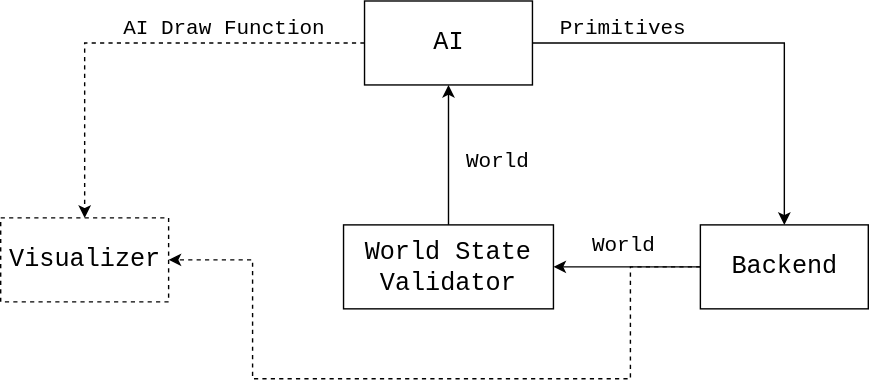
This is docs/images/simulated_test_high_level_architecture.svg from UBC-Thunderbots/Software, a draw.io export, as it was before one commit. Source tidied: cells renumbered, new cells last; positions are measured from the earlier drawing's top-left corner, leaving out a move shared by most shapes. The source it was exported from:
```xml
<mxGraphModel>
  <root>
    <mxCell id="0" />
    <mxCell id="1" parent="0" />
    <mxCell id="2" style="edgeStyle=orthogonalEdgeStyle;rounded=0;jettySize=auto;html=1;entryX=0.5;entryY=0;entryDx=0;entryDy=0;fontFamily=Courier New;fontSize=18;" parent="1" edge="1" source="4" target="7">
      <mxGeometry relative="1" as="geometry" />
    </mxCell>
    <mxCell id="3" style="edgeStyle=orthogonalEdgeStyle;rounded=0;jettySize=auto;html=1;entryX=0.5;entryY=0;entryDx=0;entryDy=0;fontFamily=Courier New;fontSize=15;dashed=1;" parent="1" edge="1" source="4" target="8">
      <mxGeometry relative="1" as="geometry" />
    </mxCell>
    <mxCell id="4" value="AI" style="whiteSpace=wrap;html=1;fontFamily=Courier New;fontSize=18;" parent="1" vertex="1">
      <mxGeometry x="260" width="120" height="60" as="geometry" />
    </mxCell>
    <mxCell id="5" style="edgeStyle=orthogonalEdgeStyle;rounded=0;jettySize=auto;html=1;entryX=1;entryY=0.5;entryDx=0;entryDy=0;" parent="1" edge="1" source="7" target="13">
      <mxGeometry relative="1" as="geometry" />
    </mxCell>
    <mxCell id="6" style="edgeStyle=orthogonalEdgeStyle;rounded=0;jettySize=auto;html=1;exitX=0;exitY=0.5;exitDx=0;exitDy=0;entryX=1;entryY=0.5;entryDx=0;entryDy=0;dashed=1;" parent="1" edge="1" source="7" target="8">
      <mxGeometry relative="1" as="geometry">
        <Array as="points">
          <mxPoint x="450" y="190" />
          <mxPoint x="450" y="270" />
          <mxPoint x="180" y="270" />
          <mxPoint x="180" y="185" />
        </Array>
      </mxGeometry>
    </mxCell>
    <mxCell id="7" value="Backend" style="whiteSpace=wrap;html=1;fontFamily=Courier New;fontSize=18;" parent="1" vertex="1">
      <mxGeometry x="500" y="160" width="120" height="60" as="geometry" />
    </mxCell>
    <mxCell id="8" value="Visualizer" style="whiteSpace=wrap;html=1;fontFamily=Courier New;fontSize=18;dashed=1;" parent="1" vertex="1">
      <mxGeometry y="155" width="120" height="60" as="geometry" />
    </mxCell>
    <mxCell id="9" value="World" style="text;html=1;align=center;verticalAlign=middle;fillColor=none;strokeColor=none;rounded=0;fontFamily=Courier New;fontSize=15;" parent="1" vertex="1">
      <mxGeometry x="410" y="160" width="70" height="30" as="geometry" />
    </mxCell>
    <mxCell id="10" value="&lt;div&gt;Primitives&lt;/div&gt;" style="text;html=1;align=center;verticalAlign=middle;fillColor=none;strokeColor=none;rounded=0;fontFamily=Courier New;fontSize=15;" parent="1" vertex="1">
      <mxGeometry x="390" y="10" width="110" height="20" as="geometry" />
    </mxCell>
    <mxCell id="11" value="AI Draw Function" style="text;html=1;align=center;verticalAlign=middle;fillColor=none;strokeColor=none;rounded=0;fontFamily=Courier New;fontSize=15;" parent="1" vertex="1">
      <mxGeometry x="80" y="10" width="160" height="20" as="geometry" />
    </mxCell>
    <mxCell id="12" style="edgeStyle=orthogonalEdgeStyle;rounded=0;jettySize=auto;html=1;entryX=0.5;entryY=1;entryDx=0;entryDy=0;" parent="1" edge="1" source="13" target="4">
      <mxGeometry relative="1" as="geometry" />
    </mxCell>
    <mxCell id="13" value="World State Validator" style="whiteSpace=wrap;html=1;fontFamily=Courier New;fontSize=18;" parent="1" vertex="1">
      <mxGeometry x="245" y="160" width="150" height="60" as="geometry" />
    </mxCell>
    <mxCell id="14" value="World" style="text;html=1;align=center;verticalAlign=middle;fillColor=none;strokeColor=none;rounded=0;fontFamily=Courier New;fontSize=15;" parent="1" vertex="1">
      <mxGeometry x="320" y="100" width="70" height="30" as="geometry" />
    </mxCell>
  </root>
</mxGraphModel>
```
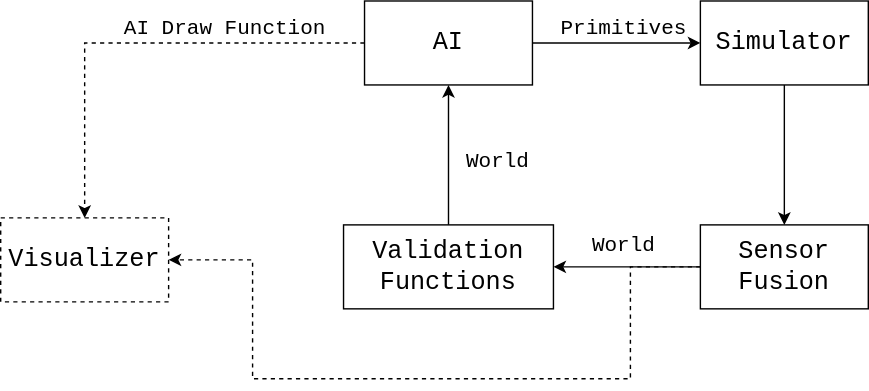
The same diagram one commit later.

What changed in the source:
```diff
@@ -2,29 +2,29 @@
   <root>
     <mxCell id="0" />
     <mxCell id="1" parent="0" />
-    <mxCell id="2" style="edgeStyle=orthogonalEdgeStyle;rounded=0;jettySize=auto;html=1;entryX=0.5;entryY=0;entryDx=0;entryDy=0;fontFamily=Courier New;fontSize=18;" parent="1" edge="1" source="4" target="7">
-      <mxGeometry relative="1" as="geometry" />
-    </mxCell>
     <mxCell id="3" style="edgeStyle=orthogonalEdgeStyle;rounded=0;jettySize=auto;html=1;entryX=0.5;entryY=0;entryDx=0;entryDy=0;fontFamily=Courier New;fontSize=15;dashed=1;" parent="1" edge="1" source="4" target="8">
       <mxGeometry relative="1" as="geometry" />
     </mxCell>
+    <mxCell id="15" style="edgeStyle=orthogonalEdgeStyle;rounded=0;jettySize=auto;html=1;exitX=1;exitY=0.5;exitDx=0;exitDy=0;" parent="1" edge="1" source="4" target="17">
+      <mxGeometry relative="1" as="geometry" />
+    </mxCell>
     <mxCell id="4" value="AI" style="whiteSpace=wrap;html=1;fontFamily=Courier New;fontSize=18;" parent="1" vertex="1">
       <mxGeometry x="260" width="120" height="60" as="geometry" />
     </mxCell>
+    <mxCell id="6" style="edgeStyle=orthogonalEdgeStyle;rounded=0;jettySize=auto;html=1;exitX=0;exitY=0.5;exitDx=0;exitDy=0;entryX=1;entryY=0.5;entryDx=0;entryDy=0;dashed=1;" parent="1" edge="1" source="7" target="8">
+      <mxGeometry relative="1" as="geometry">
+        <Array as="points">
+          <mxPoint x="450" y="190" />
+          <mxPoint x="450" y="270" />
+          <mxPoint x="180" y="270" />
+          <mxPoint x="180" y="185" />
+        </Array>
+      </mxGeometry>
+    </mxCell>
-    <mxCell id="5" style="edgeStyle=orthogonalEdgeStyle;rounded=0;jettySize=auto;html=1;entryX=1;entryY=0.5;entryDx=0;entryDy=0;" parent="1" edge="1" source="7" target="13">
+    <mxCell id="5" style="edgeStyle=orthogonalEdgeStyle;rounded=0;jettySize=auto;html=1;exitX=0;exitY=0.5;exitDx=0;exitDy=0;entryX=1;entryY=0.5;entryDx=0;entryDy=0;" parent="1" edge="1" source="7" target="13">
       <mxGeometry relative="1" as="geometry" />
     </mxCell>
-    <mxCell id="6" style="edgeStyle=orthogonalEdgeStyle;rounded=0;jettySize=auto;html=1;exitX=0;exitY=0.5;exitDx=0;exitDy=0;entryX=1;entryY=0.5;entryDx=0;entryDy=0;dashed=1;" parent="1" edge="1" source="7" target="8">
-      <mxGeometry relative="1" as="geometry">
-        <Array as="points">
-          <mxPoint x="450" y="190" />
-          <mxPoint x="450" y="270" />
-          <mxPoint x="180" y="270" />
-          <mxPoint x="180" y="185" />
-        </Array>
-      </mxGeometry>
-    </mxCell>
-    <mxCell id="7" value="Backend" style="whiteSpace=wrap;html=1;fontFamily=Courier New;fontSize=18;" parent="1" vertex="1">
+    <mxCell id="7" value="Sensor Fusion" style="whiteSpace=wrap;html=1;fontFamily=Courier New;fontSize=18;" parent="1" vertex="1">
       <mxGeometry x="500" y="160" width="120" height="60" as="geometry" />
     </mxCell>
     <mxCell id="8" value="Visualizer" style="whiteSpace=wrap;html=1;fontFamily=Courier New;fontSize=18;dashed=1;" parent="1" vertex="1">
@@ -42,11 +42,17 @@
     <mxCell id="12" style="edgeStyle=orthogonalEdgeStyle;rounded=0;jettySize=auto;html=1;entryX=0.5;entryY=1;entryDx=0;entryDy=0;" parent="1" edge="1" source="13" target="4">
       <mxGeometry relative="1" as="geometry" />
     </mxCell>
-    <mxCell id="13" value="World State Validator" style="whiteSpace=wrap;html=1;fontFamily=Courier New;fontSize=18;" parent="1" vertex="1">
+    <mxCell id="13" value="Validation Functions" style="whiteSpace=wrap;html=1;fontFamily=Courier New;fontSize=18;" parent="1" vertex="1">
       <mxGeometry x="245" y="160" width="150" height="60" as="geometry" />
     </mxCell>
     <mxCell id="14" value="World" style="text;html=1;align=center;verticalAlign=middle;fillColor=none;strokeColor=none;rounded=0;fontFamily=Courier New;fontSize=15;" parent="1" vertex="1">
       <mxGeometry x="320" y="100" width="70" height="30" as="geometry" />
     </mxCell>
+    <mxCell id="16" style="edgeStyle=orthogonalEdgeStyle;rounded=0;jettySize=auto;html=1;entryX=0.5;entryY=0;entryDx=0;entryDy=0;" parent="1" edge="1" source="17" target="7">
+      <mxGeometry relative="1" as="geometry" />
+    </mxCell>
+    <mxCell id="17" value="Simulator" style="whiteSpace=wrap;html=1;fontFamily=Courier New;fontSize=18;" parent="1" vertex="1">
+      <mxGeometry x="500" width="120" height="60" as="geometry" />
+    </mxCell>
   </root>
 </mxGraphModel>
```
